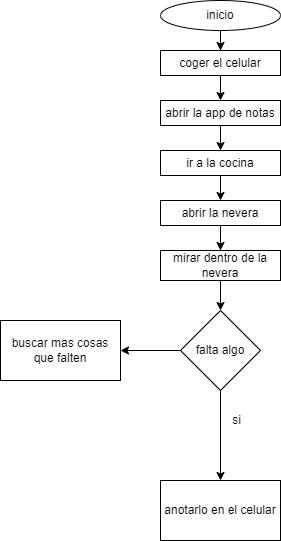
Before: Hacer mercado.png, a diagram exported from draw.io (dasamepu/platzi-flowcharts-de-la-vida-diaria). Source tidied: cells renumbered, new cells last; positions are measured from the earlier drawing's top-left corner, leaving out a move shared by most shapes. The source it was exported from:
```xml
<mxGraphModel>
  <root>
    <mxCell id="0" />
    <mxCell id="1" parent="0" />
    <mxCell id="2" style="edgeStyle=orthogonalEdgeStyle;rounded=0;jettySize=auto;html=1;" parent="1" edge="1" source="3" target="5">
      <mxGeometry relative="1" as="geometry" />
    </mxCell>
    <mxCell id="3" value="inicio" style="ellipse;whiteSpace=wrap;html=1;" parent="1" vertex="1">
      <mxGeometry x="160" width="120" height="30" as="geometry" />
    </mxCell>
    <mxCell id="4" style="edgeStyle=orthogonalEdgeStyle;rounded=0;jettySize=auto;html=1;" parent="1" edge="1" source="5" target="7">
      <mxGeometry relative="1" as="geometry" />
    </mxCell>
    <mxCell id="5" value="coger el celular" style="whiteSpace=wrap;html=1;" parent="1" vertex="1">
      <mxGeometry x="160" y="50" width="120" height="25" as="geometry" />
    </mxCell>
    <mxCell id="6" style="edgeStyle=orthogonalEdgeStyle;rounded=0;jettySize=auto;html=1;" parent="1" edge="1" source="7" target="9">
      <mxGeometry relative="1" as="geometry" />
    </mxCell>
    <mxCell id="7" value="abrir la app de notas" style="whiteSpace=wrap;html=1;" parent="1" vertex="1">
      <mxGeometry x="160" y="100" width="120" height="25" as="geometry" />
    </mxCell>
    <mxCell id="8" style="edgeStyle=orthogonalEdgeStyle;rounded=0;jettySize=auto;html=1;" parent="1" edge="1" source="9" target="11">
      <mxGeometry relative="1" as="geometry" />
    </mxCell>
    <mxCell id="9" value="ir a la cocina" style="whiteSpace=wrap;html=1;" parent="1" vertex="1">
      <mxGeometry x="160" y="150" width="120" height="25" as="geometry" />
    </mxCell>
    <mxCell id="10" style="edgeStyle=orthogonalEdgeStyle;rounded=0;jettySize=auto;html=1;" parent="1" edge="1" source="11" target="13">
      <mxGeometry relative="1" as="geometry" />
    </mxCell>
    <mxCell id="11" value="abrir la nevera" style="whiteSpace=wrap;html=1;" parent="1" vertex="1">
      <mxGeometry x="160" y="200" width="120" height="25" as="geometry" />
    </mxCell>
    <mxCell id="12" style="edgeStyle=orthogonalEdgeStyle;rounded=0;jettySize=auto;html=1;" parent="1" edge="1" source="13" target="16">
      <mxGeometry relative="1" as="geometry" />
    </mxCell>
    <mxCell id="13" value="mirar dentro de la nevera" style="whiteSpace=wrap;html=1;" parent="1" vertex="1">
      <mxGeometry x="160" y="250" width="120" height="30" as="geometry" />
    </mxCell>
    <mxCell id="14" style="edgeStyle=orthogonalEdgeStyle;rounded=0;jettySize=auto;html=1;" parent="1" edge="1" source="16" target="17">
      <mxGeometry relative="1" as="geometry" />
    </mxCell>
    <mxCell id="15" style="edgeStyle=orthogonalEdgeStyle;rounded=0;jettySize=auto;html=1;" parent="1" edge="1" source="16" target="19">
      <mxGeometry relative="1" as="geometry" />
    </mxCell>
    <mxCell id="16" value="falta algo" style="rhombus;whiteSpace=wrap;html=1;" parent="1" vertex="1">
      <mxGeometry x="180" y="310" width="80" height="80" as="geometry" />
    </mxCell>
    <mxCell id="17" value="anotarlo en el celular" style="whiteSpace=wrap;html=1;" parent="1" vertex="1">
      <mxGeometry x="160" y="480" width="120" height="60" as="geometry" />
    </mxCell>
    <mxCell id="18" value="si" style="text;html=1;align=center;verticalAlign=middle;strokeColor=none;fillColor=none;" parent="1" vertex="1">
      <mxGeometry x="221" y="405" width="30" height="30" as="geometry" />
    </mxCell>
    <mxCell id="19" value="buscar mas cosas que falten" style="whiteSpace=wrap;html=1;" parent="1" vertex="1">
      <mxGeometry y="320" width="120" height="60" as="geometry" />
    </mxCell>
  </root>
</mxGraphModel>
```
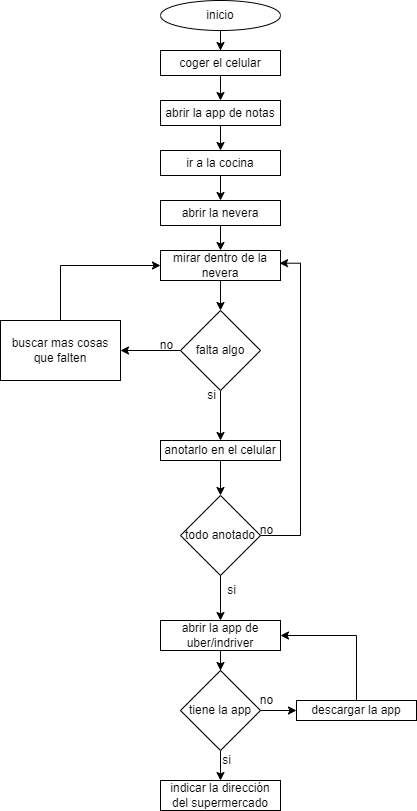
The same file after the commit.

What changed in the source:
```diff
@@ -38,23 +38,90 @@
     <mxCell id="13" value="mirar dentro de la nevera" style="whiteSpace=wrap;html=1;" parent="1" vertex="1">
       <mxGeometry x="160" y="250" width="120" height="30" as="geometry" />
     </mxCell>
+    <mxCell id="15" style="edgeStyle=orthogonalEdgeStyle;rounded=0;jettySize=auto;html=1;" parent="1" edge="1" source="16" target="19">
+      <mxGeometry relative="1" as="geometry" />
+    </mxCell>
-    <mxCell id="14" style="edgeStyle=orthogonalEdgeStyle;rounded=0;jettySize=auto;html=1;" parent="1" edge="1" source="16" target="17">
+    <mxCell id="14" style="edgeStyle=orthogonalEdgeStyle;rounded=0;jettySize=auto;html=1;exitX=0.5;exitY=1;exitDx=0;exitDy=0;entryX=0.5;entryY=0;entryDx=0;entryDy=0;" parent="1" edge="1" source="16" target="17">
       <mxGeometry relative="1" as="geometry" />
     </mxCell>
-    <mxCell id="15" style="edgeStyle=orthogonalEdgeStyle;rounded=0;jettySize=auto;html=1;" parent="1" edge="1" source="16" target="19">
-      <mxGeometry relative="1" as="geometry" />
-    </mxCell>
     <mxCell id="16" value="falta algo" style="rhombus;whiteSpace=wrap;html=1;" parent="1" vertex="1">
       <mxGeometry x="180" y="310" width="80" height="80" as="geometry" />
     </mxCell>
+    <mxCell id="20" style="edgeStyle=orthogonalEdgeStyle;rounded=0;jettySize=auto;html=1;" parent="1" edge="1" source="17" target="25">
+      <mxGeometry relative="1" as="geometry" />
+    </mxCell>
     <mxCell id="17" value="anotarlo en el celular" style="whiteSpace=wrap;html=1;" parent="1" vertex="1">
-      <mxGeometry x="160" y="480" width="120" height="60" as="geometry" />
+      <mxGeometry x="160" y="440" width="120" height="20" as="geometry" />
     </mxCell>
+    <mxCell id="21" style="edgeStyle=orthogonalEdgeStyle;rounded=0;jettySize=auto;html=1;entryX=0;entryY=0.5;entryDx=0;entryDy=0;" parent="1" edge="1" source="19" target="13">
+      <mxGeometry relative="1" as="geometry">
+        <Array as="points">
+          <mxPoint x="60" y="265" />
+        </Array>
+      </mxGeometry>
+    </mxCell>
+    <mxCell id="19" value="buscar mas cosas que falten" style="whiteSpace=wrap;html=1;" parent="1" vertex="1">
+      <mxGeometry y="320" width="120" height="60" as="geometry" />
+    </mxCell>
+    <mxCell id="22" value="no" style="text;html=1;align=center;verticalAlign=middle;strokeColor=none;fillColor=none;" parent="1" vertex="1">
+      <mxGeometry x="146" y="330" width="40" height="30" as="geometry" />
+    </mxCell>
     <mxCell id="18" value="si" style="text;html=1;align=center;verticalAlign=middle;strokeColor=none;fillColor=none;" parent="1" vertex="1">
-      <mxGeometry x="221" y="405" width="30" height="30" as="geometry" />
+      <mxGeometry x="196" y="380" width="30" height="30" as="geometry" />
     </mxCell>
-    <mxCell id="19" value="buscar mas cosas que falten" style="whiteSpace=wrap;html=1;" parent="1" vertex="1">
-      <mxGeometry y="320" width="120" height="60" as="geometry" />
-    </mxCell>
+    <mxCell id="23" style="edgeStyle=orthogonalEdgeStyle;rounded=0;jettySize=auto;html=1;entryX=0.992;entryY=0.422;entryDx=0;entryDy=0;entryPerimeter=0;" parent="1" edge="1" source="25" target="13">
+      <mxGeometry relative="1" as="geometry">
+        <Array as="points">
+          <mxPoint x="300" y="535" />
+          <mxPoint x="300" y="263" />
+        </Array>
+      </mxGeometry>
+    </mxCell>
+    <mxCell id="24" style="edgeStyle=orthogonalEdgeStyle;rounded=0;jettySize=auto;html=1;" parent="1" edge="1" source="25" target="28">
+      <mxGeometry relative="1" as="geometry" />
+    </mxCell>
+    <mxCell id="25" value="todo anotado" style="rhombus;whiteSpace=wrap;html=1;" parent="1" vertex="1">
+      <mxGeometry x="180" y="495" width="80" height="80" as="geometry" />
+    </mxCell>
+    <mxCell id="26" value="no" style="text;html=1;align=center;verticalAlign=middle;strokeColor=none;fillColor=none;" parent="1" vertex="1">
+      <mxGeometry x="246" y="515" width="40" height="30" as="geometry" />
+    </mxCell>
+    <mxCell id="27" style="edgeStyle=orthogonalEdgeStyle;rounded=0;jettySize=auto;html=1;" parent="1" edge="1" source="28" target="33">
+      <mxGeometry relative="1" as="geometry" />
+    </mxCell>
+    <mxCell id="28" value="abrir la app de uber/indriver" style="whiteSpace=wrap;html=1;" parent="1" vertex="1">
+      <mxGeometry x="160" y="620" width="120" height="30" as="geometry" />
+    </mxCell>
+    <mxCell id="29" value="si" style="text;html=1;align=center;verticalAlign=middle;strokeColor=none;fillColor=none;" parent="1" vertex="1">
+      <mxGeometry x="216" y="575" width="30" height="30" as="geometry" />
+    </mxCell>
+    <mxCell id="30" value="indicar la dirección del supermercado" style="whiteSpace=wrap;html=1;" parent="1" vertex="1">
+      <mxGeometry x="160" y="780" width="120" height="30" as="geometry" />
+    </mxCell>
+    <mxCell id="31" style="edgeStyle=orthogonalEdgeStyle;rounded=0;jettySize=auto;html=1;exitX=0.5;exitY=1;exitDx=0;exitDy=0;entryX=0.5;entryY=0;entryDx=0;entryDy=0;" parent="1" edge="1" source="33" target="30">
+      <mxGeometry relative="1" as="geometry" />
+    </mxCell>
+    <mxCell id="32" style="edgeStyle=orthogonalEdgeStyle;rounded=0;jettySize=auto;html=1;" parent="1" edge="1" source="33" target="36">
+      <mxGeometry relative="1" as="geometry" />
+    </mxCell>
+    <mxCell id="33" value="tiene la app" style="rhombus;whiteSpace=wrap;html=1;" parent="1" vertex="1">
+      <mxGeometry x="180" y="670" width="80" height="80" as="geometry" />
+    </mxCell>
+    <mxCell id="34" value="si" style="text;html=1;align=center;verticalAlign=middle;strokeColor=none;fillColor=none;" parent="1" vertex="1">
+      <mxGeometry x="211" y="745" width="30" height="30" as="geometry" />
+    </mxCell>
+    <mxCell id="35" style="edgeStyle=orthogonalEdgeStyle;rounded=0;jettySize=auto;html=1;entryX=1;entryY=0.5;entryDx=0;entryDy=0;" parent="1" edge="1" source="36" target="28">
+      <mxGeometry relative="1" as="geometry">
+        <Array as="points">
+          <mxPoint x="356" y="635" />
+        </Array>
+      </mxGeometry>
+    </mxCell>
+    <mxCell id="36" value="descargar la app" style="whiteSpace=wrap;html=1;" parent="1" vertex="1">
+      <mxGeometry x="296" y="700" width="120" height="20" as="geometry" />
+    </mxCell>
+    <mxCell id="37" value="no" style="text;html=1;align=center;verticalAlign=middle;strokeColor=none;fillColor=none;" parent="1" vertex="1">
+      <mxGeometry x="246" y="685" width="40" height="30" as="geometry" />
+    </mxCell>
   </root>
 </mxGraphModel>
```
